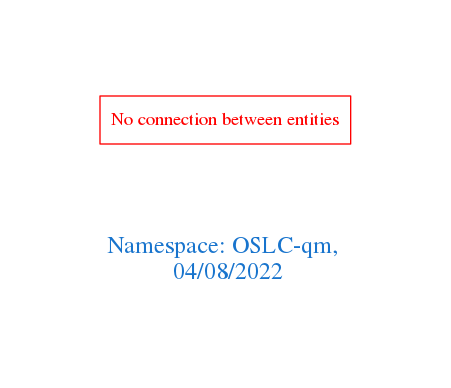
arago/OGIT keeps this Graphviz diagram as downloads/OSLC-qm.png. Above is the earlier version. Its source is kept beside it as downloads/OSLC-qm.dot.
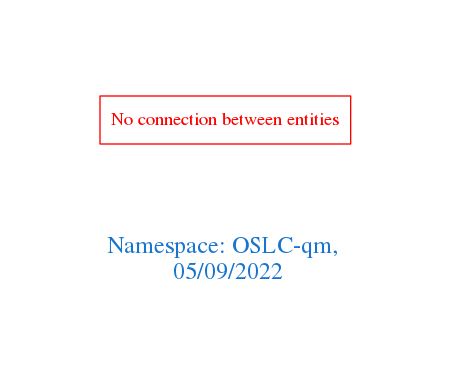
After the commit.

The edit, as a diff of the source:
```diff
@@ -1,7 +1,7 @@
 digraph OGIT_ontology {
  graph [ rankdir= LR,pad=1
 fontsize = 18,
-fontcolor= dodgerblue3,label = "\n\n\nNamespace: OSLC-qm, \n 04/08/2022"];
+fontcolor= dodgerblue3,label = "\n\n\nNamespace: OSLC-qm, \n 05/09/2022"];
 node[shape=polygon];
 edge [  color="gray81"];
 
```
